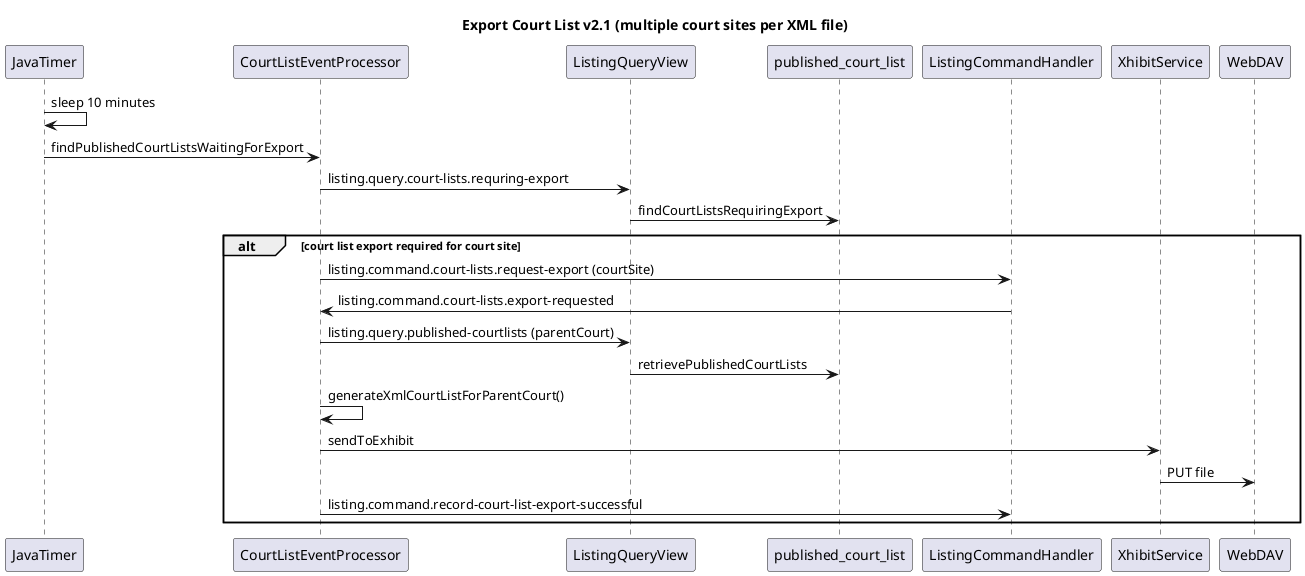
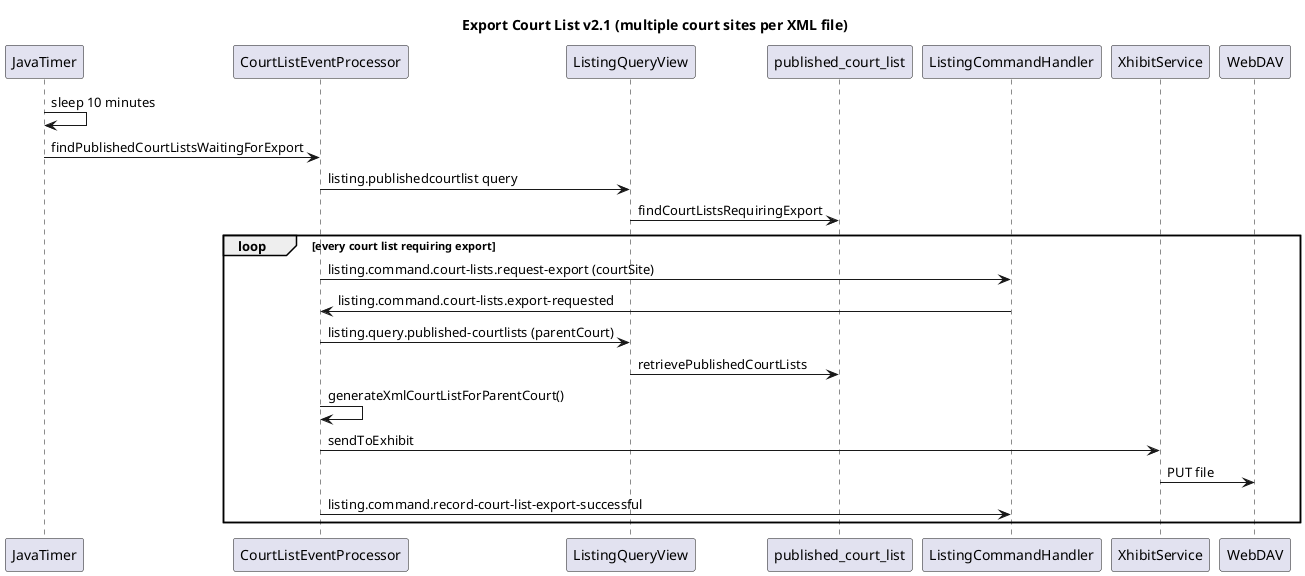
@startuml
title Export Court List v2.1 (multiple court sites per XML file)

' Change Log

' v2
' * Publishing Court Lists now saves the list to the 'published_court_list' table
' * XML files contain Court Lists for all Court Sites for the Parent Court
' * XML files are generated from Published Court Lists
' * The COURT_LIST_PRODUCED state is removed
' * The fileservice is removed

' Diagram changes
' * Status updates have been removed for clarity

' v2.1
' * Export is triggered by a scheduler to remove the race condition

JavaTimer -> JavaTimer: sleep 10 minutes

' Export
JavaTimer->CourtListEventProcessor: findPublishedCourtListsWaitingForExport
- CourtListEventProcessor -> ListingQueryView: listing.query.court-lists.requring-export
+ CourtListEventProcessor -> ListingQueryView: listing.publishedcourtlist query
ListingQueryView-> published_court_list: findCourtListsRequiringExport

- alt court list export required for court site
- ' If a court list requires export
+ loop every court list requiring export
CourtListEventProcessor -> ListingCommandHandler: listing.command.court-lists.request-export (courtSite)
ListingCommandHandler -> CourtListEventProcessor: listing.command.court-lists.export-requested

' XML generation
CourtListEventProcessor -> ListingQueryView: listing.query.published-courtlists (parentCourt)

ListingQueryView -> published_court_list: retrievePublishedCourtLists

CourtListEventProcessor -> CourtListEventProcessor: generateXmlCourtListForParentCourt()

CourtListEventProcessor -> XhibitService: sendToExhibit

XhibitService -> WebDAV: PUT file
CourtListEventProcessor -> ListingCommandHandler :listing.command.record-court-list-export-successful
end
@enduml
